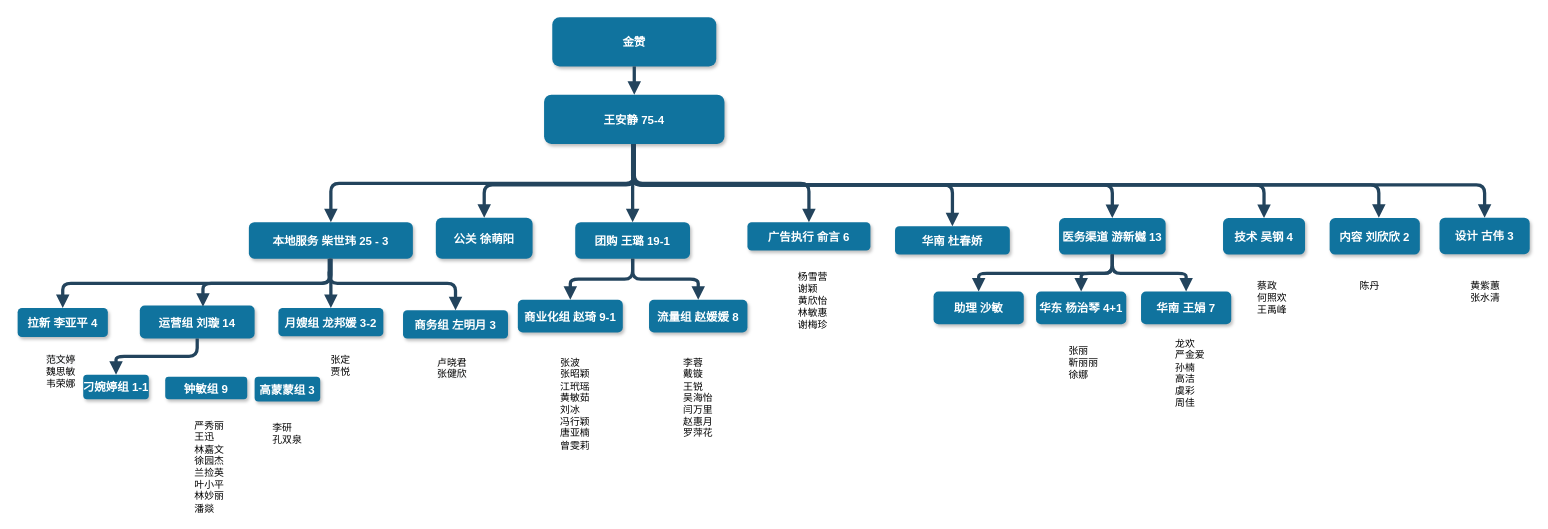
Before: Untitled Diagram.drawio in wholehope/diagram, a draw.io diagram. Source tidied: cells renumbered, new cells numbered last; positions are measured from the earlier drawing's top-left corner, leaving out a move shared by most shapes. Both pictures are drawn from the tidied source at 82%, with x=0, y=0 at pixel (17, 17).
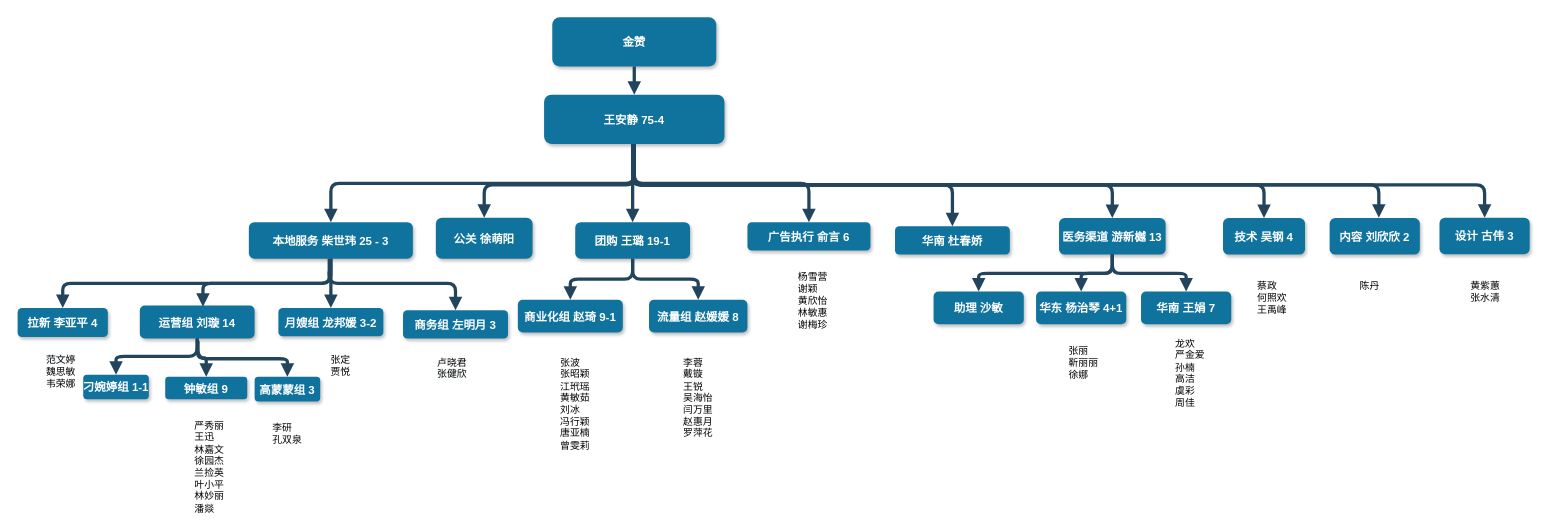
The same diagram, later.

Unchanged cells that the change refers to:
```xml
<mxCell id="9" value="运营组 刘璇 14" style="rounded=1;fillColor=#10739E;strokeColor=none;shadow=1;gradientColor=none;fontStyle=1;fontColor=#FFFFFF;fontSize=14;" parent="1" vertex="1">
  <mxGeometry x="149" y="351.2" width="140" height="40" as="geometry" />
</mxCell>
<mxCell id="11" value="钟敏组 9" style="rounded=1;fillColor=#10739E;strokeColor=none;shadow=1;gradientColor=none;fontStyle=1;fontColor=#FFFFFF;fontSize=14;" parent="1" vertex="1">
  <mxGeometry x="180" y="438.1" width="100" height="27.2" as="geometry" />
</mxCell>
<mxCell id="20" value="高蒙蒙组 3" style="rounded=1;fillColor=#10739E;strokeColor=none;shadow=1;gradientColor=none;fontStyle=1;fontColor=#FFFFFF;fontSize=14;" parent="1" vertex="1">
  <mxGeometry x="289" y="438.1" width="80" height="30" as="geometry" />
</mxCell>
```

Diff of the diagram source:
```diff
@@
+    <mxCell id="58" style="edgeStyle=elbowEdgeStyle;elbow=vertical;strokeWidth=4;endArrow=block;endFill=1;fontStyle=1;strokeColor=#23445D;entryX=0.5;entryY=0;entryDx=0;entryDy=0;exitX=0.5;exitY=1;exitDx=0;exitDy=0;" parent="1" edge="1" source="9" target="11">
+      <mxGeometry x="72" y="195.5" as="geometry" />
+    </mxCell>
+    <mxCell id="59" style="edgeStyle=elbowEdgeStyle;elbow=vertical;strokeWidth=4;endArrow=block;endFill=1;fontStyle=1;strokeColor=#23445D;entryX=0.5;entryY=0;entryDx=0;entryDy=0;" parent="1" edge="1" target="20">
+      <mxGeometry x="82" y="205.5" as="geometry">
+        <mxPoint x="220" y="394" as="sourcePoint" />
+      </mxGeometry>
+    </mxCell>
```
